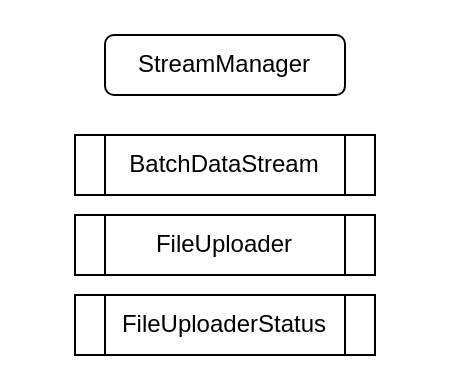
Above: page "Stream Manager Breakdown" (2 of 4) of greengrass-batch-uploader/architecture.drawio in t04glovern/aws-greengrass-bricks (draw.io), before the change. Source tidied: cells renumbered, new cells numbered last; positions are measured from the earlier drawing's top-left corner, leaving out a move shared by most shapes. Both pictures are drawn from the tidied source at 200%, with x=0, y=0 at pixel (74, 34).
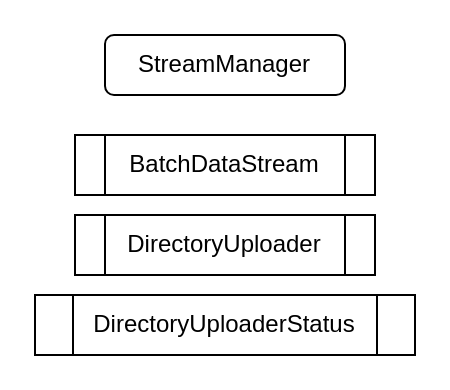
The same page after the edit.

The edit, as a diff of the source:
```diff
@@
 <mxGraphModel>
   <root>
     <mxCell id="0" />
     <mxCell id="1" parent="0" />
     <mxCell id="2" value="StreamManager" style="rounded=1;whiteSpace=wrap;html=1;" parent="1" vertex="1">
       <mxGeometry x="15" width="120" height="30" as="geometry" />
     </mxCell>
     <mxCell id="3" value="BatchDataStream" style="shape=process;whiteSpace=wrap;html=1;backgroundOutline=1;" parent="1" vertex="1">
       <mxGeometry y="50" width="150" height="30" as="geometry" />
     </mxCell>
-    <mxCell id="4" value="FileUploader" style="shape=process;whiteSpace=wrap;html=1;backgroundOutline=1;" parent="1" vertex="1">
+    <mxCell id="4" value="&lt;div style=&quot;background-color: rgb(255, 255, 255); line-height: 19px;&quot;&gt;&lt;font style=&quot;font-size: 12px;&quot;&gt;DirectoryUploader&lt;/font&gt;&lt;/div&gt;" style="shape=process;whiteSpace=wrap;html=1;backgroundOutline=1;" parent="1" vertex="1">
       <mxGeometry y="90" width="150" height="30" as="geometry" />
     </mxCell>
-    <mxCell id="5" value="FileUploaderStatus" style="shape=process;whiteSpace=wrap;html=1;backgroundOutline=1;" parent="1" vertex="1">
-      <mxGeometry y="130" width="150" height="30" as="geometry" />
+    <mxCell id="5" value="&lt;span style=&quot;background-color: rgb(255, 255, 255);&quot;&gt;DirectoryUploader&lt;/span&gt;Status" style="shape=process;whiteSpace=wrap;html=1;backgroundOutline=1;" parent="1" vertex="1">
+      <mxGeometry x="-20" y="130" width="190" height="30" as="geometry" />
     </mxCell>
   </root>
 </mxGraphModel>
```
